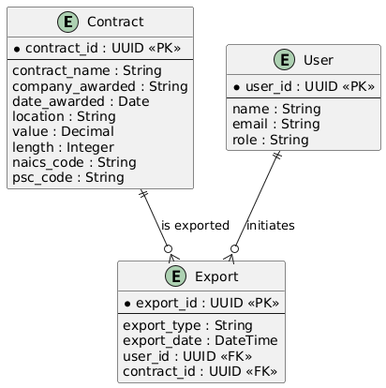
Ben-Himel-BAH/KMSH_contracting keeps this PlantUML diagram as artifacts/convisoft_erd_diagram.png. Above is the earlier version.
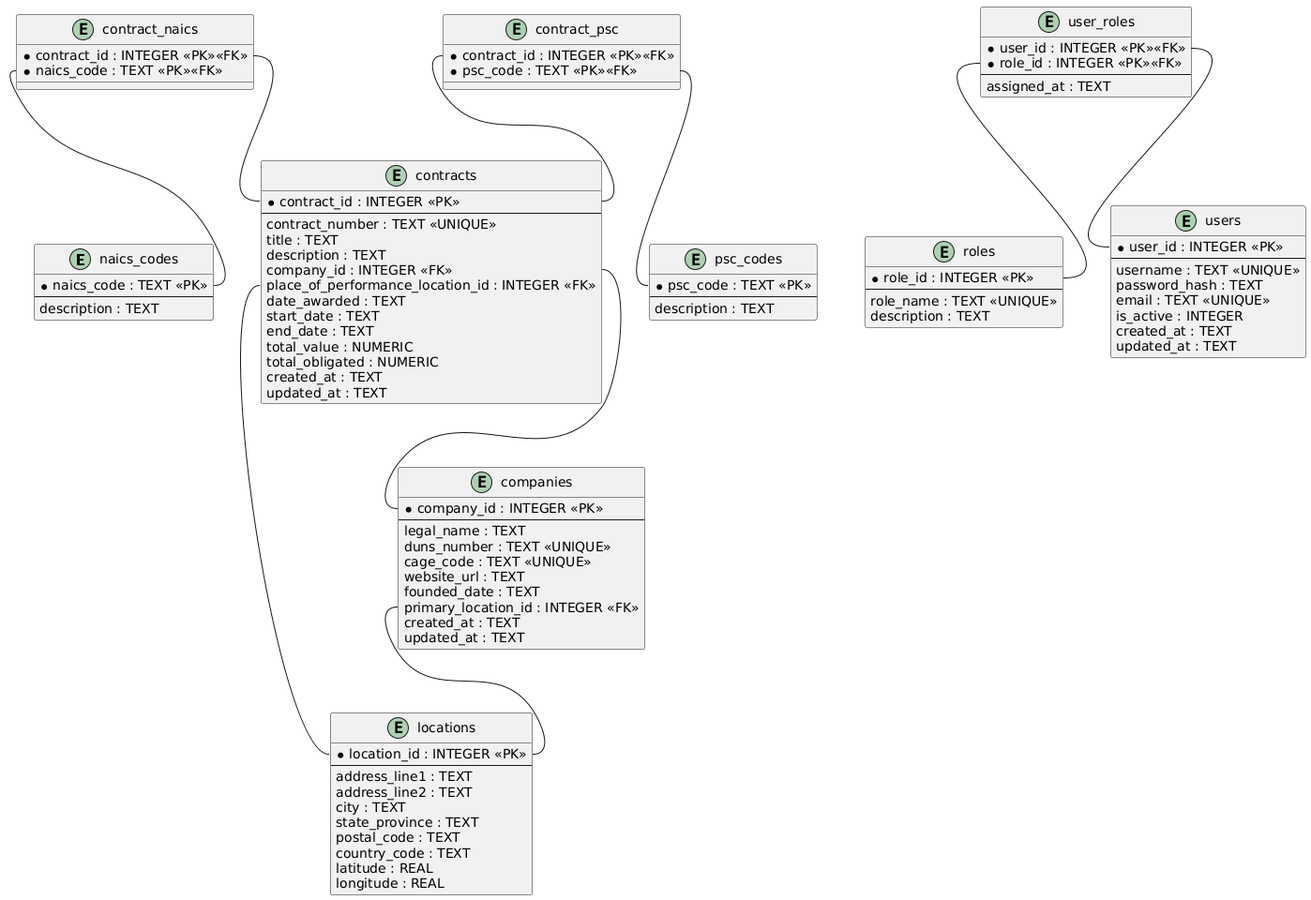
Above is the later version.

Diff of the diagram source:
```diff
@@ -1,34 +1,108 @@
 @startuml
-entity "Contract" as Contract {
-  * contract_id : UUID <<PK>>
-  --
-  contract_name : String
-  company_awarded : String
-  date_awarded : Date
-  location : String
-  value : Decimal
-  length : Integer
-  naics_code : String
-  psc_code : String
+
+entity "naics_codes" as NAICSCode {
+    * naics_code : TEXT <<PK>>
+    --
+    description : TEXT
 }
 
-entity "User" as User {
-  * user_id : UUID <<PK>>
-  --
-  name : String
-  email : String
-  role : String
+entity "psc_codes" as PSCCode {
+    * psc_code : TEXT <<PK>>
+    --
+    description : TEXT
 }
 
-entity "Export" as Export {
-  * export_id : UUID <<PK>>
-  --
-  export_type : String
-  export_date : DateTime
-  user_id : UUID <<FK>>
-  contract_id : UUID <<FK>>
+entity "roles" as Role {
+    * role_id : INTEGER <<PK>>
+    --
+    role_name : TEXT <<UNIQUE>>
+    description : TEXT
 }
 
-User ||--o{ Export : "initiates"
-Contract ||--o{ Export : "is exported"
+entity "locations" as Location {
+    * location_id : INTEGER <<PK>>
+    --
+    address_line1 : TEXT
+    address_line2 : TEXT
+    city : TEXT
+    state_province : TEXT
+    postal_code : TEXT
+    country_code : TEXT
+    latitude : REAL
+    longitude : REAL
+}
+
+entity "companies" as Company {
+    * company_id : INTEGER <<PK>>
+    --
+    legal_name : TEXT
+    duns_number : TEXT <<UNIQUE>>
+    cage_code : TEXT <<UNIQUE>>
+    website_url : TEXT
+    founded_date : TEXT
+    primary_location_id : INTEGER <<FK>>
+    created_at : TEXT
+    updated_at : TEXT
+}
+
+entity "users" as User {
+    * user_id : INTEGER <<PK>>
+    --
+    username : TEXT <<UNIQUE>>
+    password_hash : TEXT
+    email : TEXT <<UNIQUE>>
+    is_active : INTEGER
+    created_at : TEXT
+    updated_at : TEXT
+}
+
+entity "user_roles" as UserRole {
+    * user_id : INTEGER <<PK>><<FK>>
+    * role_id : INTEGER <<PK>><<FK>>
+    --
+    assigned_at : TEXT
+}
+
+entity "contracts" as Contract {
+    * contract_id : INTEGER <<PK>>
+    --
+    contract_number : TEXT <<UNIQUE>>
+    title : TEXT
+    description : TEXT
+    company_id : INTEGER <<FK>>
+    place_of_performance_location_id : INTEGER <<FK>>
+    date_awarded : TEXT
+    start_date : TEXT
+    end_date : TEXT
+    total_value : NUMERIC
+    total_obligated : NUMERIC
+    created_at : TEXT
+    updated_at : TEXT
+}
+
+entity "contract_naics" as ContractNAICS {
+    * contract_id : INTEGER <<PK>><<FK>>
+    * naics_code : TEXT <<PK>><<FK>>
+}
+
+entity "contract_psc" as ContractPSC {
+    * contract_id : INTEGER <<PK>><<FK>>
+    * psc_code : TEXT <<PK>><<FK>>
+}
+
+
+Company::primary_location_id -- Location::location_id
+
+Contract::company_id -- Company::company_id
+
+Contract::place_of_performance_location_id -- Location::location_id
+
+UserRole::user_id -- User::user_id
+UserRole::role_id -- Role::role_id
+
+ContractNAICS::contract_id -- Contract::contract_id
+ContractNAICS::naics_code -- NAICSCode::naics_code
+
+ContractPSC::contract_id -- Contract::contract_id
+ContractPSC::psc_code -- PSCCode::psc_code
 @enduml
```
